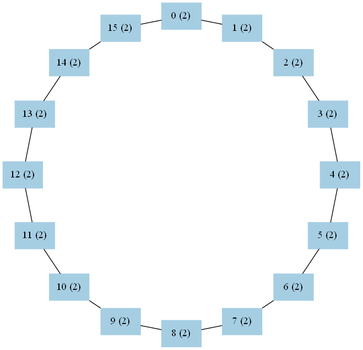
Before: graph1.png, a diagram exported from Graphviz (kohinigeee/kenkyuu). Its source is kept beside it as graph1.dot.
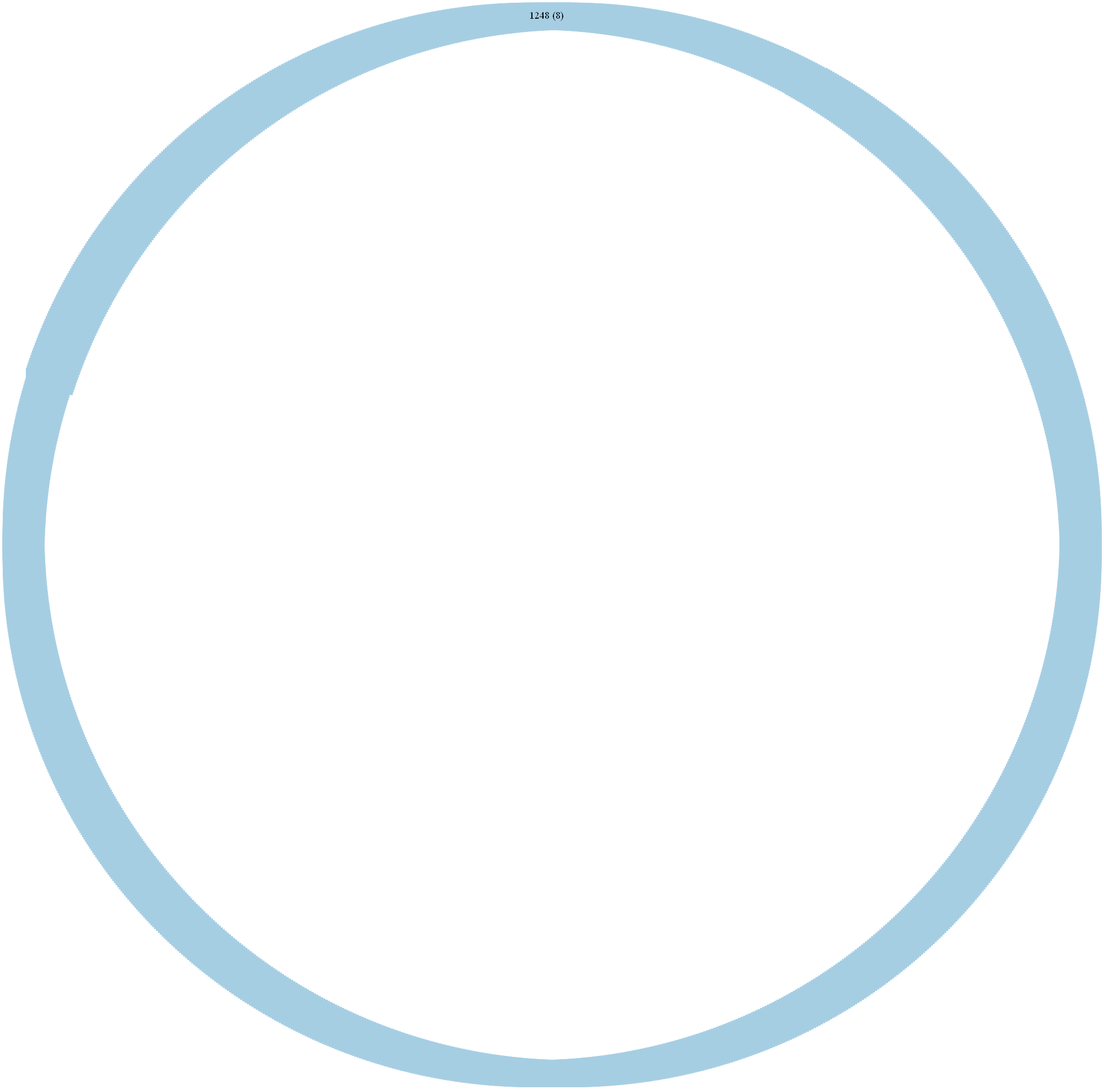
After the change.

What changed in the source:
```diff
@@ -12,84 +12,156 @@
 	node[ color=1 ]
 	0[
 		pos="5.000, 3.000!",
-		label="0 (2)"
+		label="0 (3)"
 	]
 	1[
-		pos="6.148, 2.772!",
-		label="1 (2)"
+		pos="5.668, 2.925!",
+		label="1 (3)"
 	]
 	2[
-		pos="7.121, 2.121!",
-		label="2 (2)"
+		pos="6.302, 2.703!",
+		label="2 (3)"
 	]
 	3[
-		pos="7.772, 1.148!",
-		label="3 (2)"
+		pos="6.870, 2.345!",
+		label="3 (3)"
 	]
 	4[
-		pos="8.000, 0.000!",
-		label="4 (2)"
+		pos="7.345, 1.870!",
+		label="4 (3)"
 	]
 	5[
-		pos="7.772, -1.148!",
-		label="5 (2)"
+		pos="7.703, 1.302!",
+		label="5 (3)"
 	]
 	6[
-		pos="7.121, -2.121!",
-		label="6 (2)"
+		pos="7.925, 0.668!",
+		label="6 (3)"
 	]
 	7[
-		pos="6.148, -2.772!",
-		label="7 (2)"
+		pos="8.000, -0.000!",
+		label="7 (3)"
 	]
 	8[
-		pos="5.000, -3.000!",
-		label="8 (2)"
+		pos="7.925, -0.668!",
+		label="8 (3)"
 	]
 	9[
-		pos="3.852, -2.772!",
-		label="9 (2)"
+		pos="7.703, -1.302!",
+		label="9 (3)"
 	]
 	10[
-		pos="2.879, -2.121!",
+		pos="7.345, -1.870!",
 		label="10 (2)"
 	]
 	11[
-		pos="2.228, -1.148!",
-		label="11 (2)"
+		pos="6.870, -2.345!",
+		label="11 (0)"
 	]
 	12[
-		pos="2.000, 0.000!",
-		label="12 (2)"
+		pos="6.302, -2.703!",
+		label="12 (0)"
 	]
 	13[
-		pos="2.228, 1.148!",
-		label="13 (2)"
+		pos="5.668, -2.925!",
+		label="13 (0)"
 	]
 	14[
-		pos="2.879, 2.121!",
-		label="14 (2)"
+		pos="5.000, -3.000!",
+		label="14 (0)"
 	]
 	15[
-		pos="3.852, 2.772!",
-		label="15 (2)"
+		pos="4.332, -2.925!",
+		label="15 (0)"
+	]
+	16[
+		pos="3.698, -2.703!",
+		label="16 (0)"
+	]
+	17[
+		pos="3.130, -2.345!",
+		label="17 (0)"
+	]
+	18[
+		pos="2.655, -1.870!",
+		label="18 (0)"
+	]
+	19[
+		pos="2.297, -1.302!",
+		label="19 (0)"
+	]
+	20[
+		pos="2.075, -0.668!",
+		label="20 (0)"
+	]
+	21[
+		pos="2.000, -0.000!",
+		label="21 (0)"
+	]
+	22[
+		pos="2.075, 0.668!",
+		label="22 (0)"
+	]
+	23[
+		pos="2.297, 1.302!",
+		label="23 (0)"
+	]
+	24[
+		pos="2.655, 1.870!",
+		label="24 (0)"
+	]
+	25[
+		pos="3.130, 2.345!",
+		label="25 (0)"
+	]
+	26[
+		pos="3.698, 2.703!",
+		label="26 (0)"
+	]
+	27[
+		pos="4.332, 2.925!",
+		label="27 (0)"
 	]
 	}
 
-	0--1
-	0--15
-	1--2
-	2--3
-	3--4
-	4--5
-	5--6
-	6--7
-	7--8
-	8--9
-	9--10
-	10--11
+	0--11
+	1--12
+	2--13
+	3--14
+	4--15
+	5--16
+	6--17
+	7--18
+	8--19
+	9--20
+	10--21
+	10--17
 	11--12
+	11--27
+	11--22
 	12--13
+	12--23
 	13--14
+	13--27
 	14--15
+	14--26
+	15--16
+	15--23
+	16--17
+	16--19
+	17--18
+	18--19
+	18--21
+	19--20
+	20--21
+	20--25
+	21--22
+	22--23
+	22--24
+	23--24
+	24--25
+	24--27
+	25--26
+	25--26
+	26--27
 }
```
